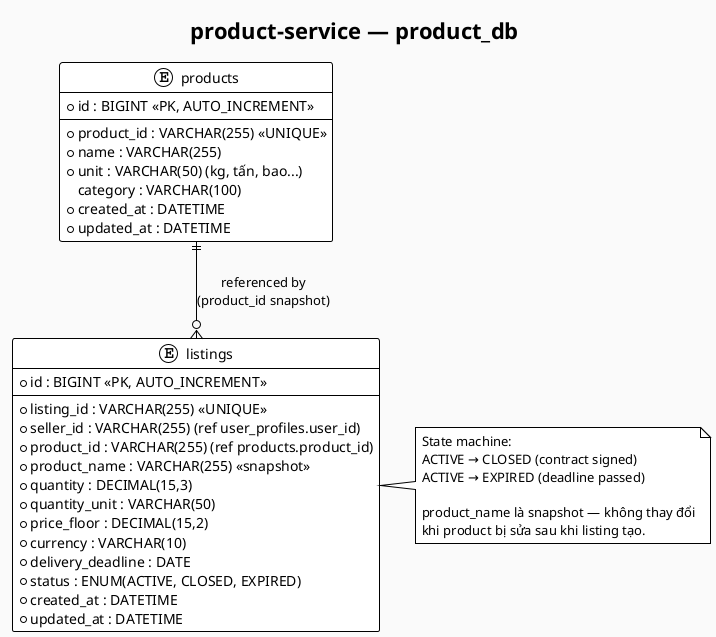
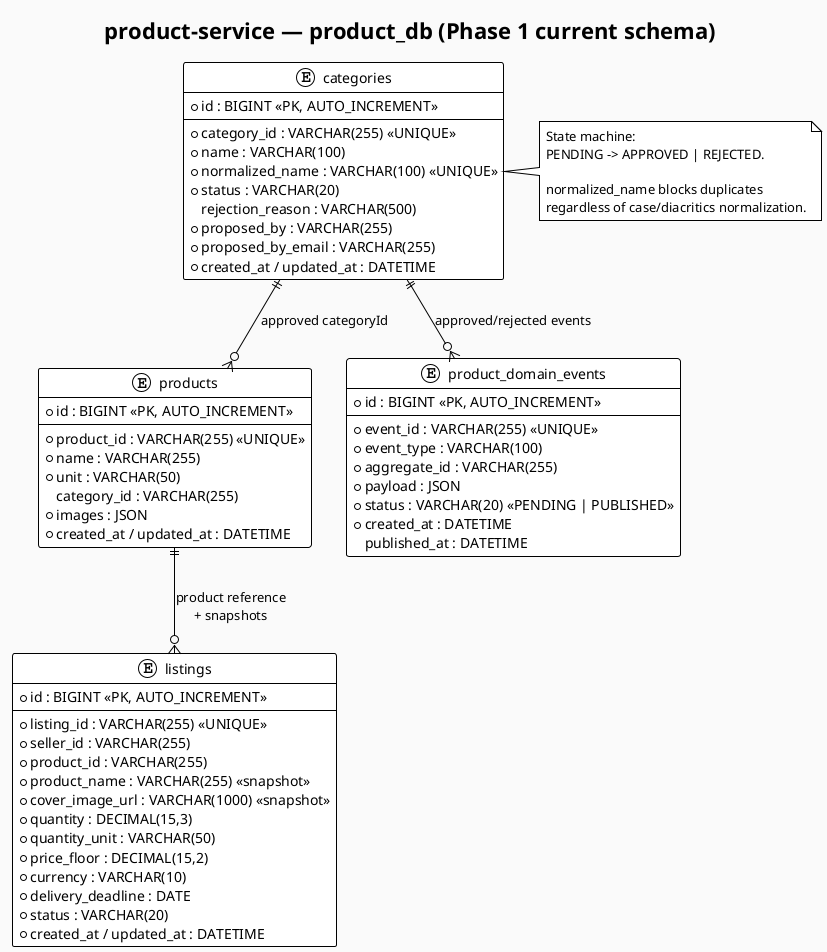
@startuml product_db Schema
!theme plain
skinparam backgroundColor #FAFAFA
- title product-service — product_db
+ title product-service — product_db (Phase 1 current schema)
+ 
+ entity "categories" as C {
+     * id : BIGINT <<PK, AUTO_INCREMENT>>
+     --
+     * category_id : VARCHAR(255) <<UNIQUE>>
+     * name : VARCHAR(100)
+     * normalized_name : VARCHAR(100) <<UNIQUE>>
+     * status : VARCHAR(20)
+     rejection_reason : VARCHAR(500)
+     * proposed_by : VARCHAR(255)
+     * proposed_by_email : VARCHAR(255)
+     * created_at / updated_at : DATETIME
+ }

entity "products" as P {
    * id : BIGINT <<PK, AUTO_INCREMENT>>
    --
    * product_id : VARCHAR(255) <<UNIQUE>>
    * name : VARCHAR(255)
-     * unit : VARCHAR(50) (kg, tấn, bao...)
-     category : VARCHAR(100)
-     * created_at : DATETIME
-     * updated_at : DATETIME
+     * unit : VARCHAR(50)
+     category_id : VARCHAR(255)
+     * images : JSON
+     * created_at / updated_at : DATETIME
}

entity "listings" as L {
    * id : BIGINT <<PK, AUTO_INCREMENT>>
    --
    * listing_id : VARCHAR(255) <<UNIQUE>>
-     * seller_id : VARCHAR(255) (ref user_profiles.user_id)
-     * product_id : VARCHAR(255) (ref products.product_id)
+     * seller_id : VARCHAR(255)
+     * product_id : VARCHAR(255)
    * product_name : VARCHAR(255) <<snapshot>>
+     * cover_image_url : VARCHAR(1000) <<snapshot>>
    * quantity : DECIMAL(15,3)
    * quantity_unit : VARCHAR(50)
    * price_floor : DECIMAL(15,2)
    * currency : VARCHAR(10)
    * delivery_deadline : DATE
-     * status : ENUM(ACTIVE, CLOSED, EXPIRED)
-     * created_at : DATETIME
-     * updated_at : DATETIME
+     * status : VARCHAR(20)
+     * created_at / updated_at : DATETIME
}

- P ||--o{ L : "referenced by\n(product_id snapshot)"
+ entity "product_domain_events" as OB {
+     * id : BIGINT <<PK, AUTO_INCREMENT>>
+     --
+     * event_id : VARCHAR(255) <<UNIQUE>>
+     * event_type : VARCHAR(100)
+     * aggregate_id : VARCHAR(255)
+     * payload : JSON
+     * status : VARCHAR(20) <<PENDING | PUBLISHED>>
+     * created_at : DATETIME
+     published_at : DATETIME
+ }

- note right of L
+ C ||--o{ P : "approved categoryId"
+ P ||--o{ L : "product reference\n+ snapshots"
+ C ||--o{ OB : "approved/rejected events"
+ 
+ note right of C
  State machine:
-   ACTIVE → CLOSED (contract signed)
-   ACTIVE → EXPIRED (deadline passed)
+   PENDING -> APPROVED | REJECTED.

-   product_name là snapshot — không thay đổi
-   khi product bị sửa sau khi listing tạo.
+   normalized_name blocks duplicates
+   regardless of case/diacritics normalization.
end note

@enduml
